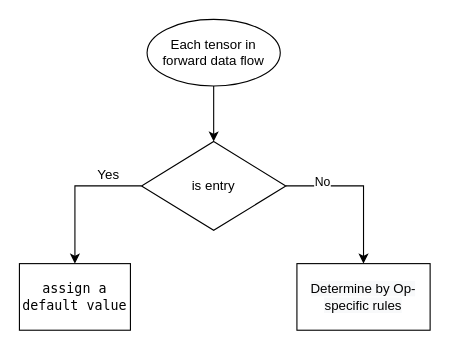
Superjomn/_tmp_images keeps this draw.io diagram as triton-alignment.drawio. Above is the earlier version. Source tidied: cells renumbered, new cells numbered last; positions are measured from the earlier drawing's top-left corner, leaving out a move shared by most shapes. Both pictures are drawn from the tidied source at 111%, with x=0, y=0 at pixel (19, 19).
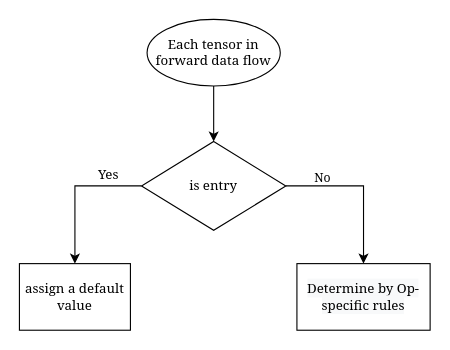
After the change.

Diff of the diagram source:
```diff
@@
 <mxGraphModel>
   <root>
     <mxCell id="0" />
     <mxCell id="1" parent="0" />
-    <mxCell id="2" style="edgeStyle=orthogonalEdgeStyle;rounded=0;jettySize=auto;html=1;exitX=0;exitY=0.5;exitDx=0;exitDy=0;entryX=0.5;entryY=0;entryDx=0;entryDy=0;fontColor=#000000;" parent="1" edge="1" source="5" target="6">
+    <mxCell id="2" style="edgeStyle=orthogonalEdgeStyle;rounded=0;jettySize=auto;html=1;exitX=0;exitY=0.5;exitDx=0;exitDy=0;entryX=0.5;entryY=0;entryDx=0;entryDy=0;fontColor=#000000;fontFamily=Georgia;" parent="1" edge="1" source="5" target="6">
       <mxGeometry relative="1" as="geometry" />
     </mxCell>
-    <mxCell id="3" style="edgeStyle=orthogonalEdgeStyle;rounded=0;jettySize=auto;html=1;exitX=1;exitY=0.5;exitDx=0;exitDy=0;entryX=0.5;entryY=0;entryDx=0;entryDy=0;fontColor=#000000;" parent="1" edge="1" source="5" target="7">
+    <mxCell id="3" style="edgeStyle=orthogonalEdgeStyle;rounded=0;jettySize=auto;html=1;exitX=1;exitY=0.5;exitDx=0;exitDy=0;entryX=0.5;entryY=0;entryDx=0;entryDy=0;fontColor=#000000;fontFamily=Georgia;" parent="1" edge="1" source="5" target="7">
       <mxGeometry relative="1" as="geometry" />
     </mxCell>
-    <mxCell id="4" value="No" style="edgeLabel;html=1;align=center;verticalAlign=middle;fontColor=#000000;" parent="3" vertex="1">
-      <mxGeometry x="-0.54" y="4" relative="1" as="geometry" />
+    <mxCell id="4" value="No" style="edgeLabel;html=1;align=center;verticalAlign=middle;fontColor=#000000;fontFamily=Georgia;" parent="3" vertex="1">
+      <mxGeometry x="-0.54" y="4" relative="1" as="geometry">
+        <mxPoint y="-5" as="offset" />
+      </mxGeometry>
     </mxCell>
-    <mxCell id="5" value="is entry" style="rhombus;whiteSpace=wrap;html=1;" parent="1" vertex="1">
+    <mxCell id="5" value="is entry" style="rhombus;whiteSpace=wrap;html=1;fontFamily=Georgia;" parent="1" vertex="1">
       <mxGeometry x="110" y="110" width="130" height="80" as="geometry" />
     </mxCell>
-    <mxCell id="6" value="&lt;div style=&quot;&quot;&gt;&lt;font face=&quot;ui-monospace, SFMono-Regular, SF Mono, Menlo, Consolas, Liberation Mono, monospace&quot;&gt;&lt;span style=&quot;background-color: rgb(255, 255, 255);&quot;&gt;assign a default value&lt;/span&gt;&lt;/font&gt;&lt;/div&gt;" style="rounded=0;whiteSpace=wrap;html=1;strokeColor=#000000;fontColor=#000000;align=center;" parent="1" vertex="1">
+    <mxCell id="6" value="&lt;div style=&quot;&quot;&gt;&lt;font&gt;&lt;span style=&quot;background-color: rgb(255, 255, 255);&quot;&gt;assign a default value&lt;/span&gt;&lt;/font&gt;&lt;/div&gt;" style="rounded=0;whiteSpace=wrap;html=1;strokeColor=#000000;fontColor=#000000;align=center;fontFamily=Georgia;" parent="1" vertex="1">
       <mxGeometry y="220" width="100" height="60" as="geometry" />
     </mxCell>
-    <mxCell id="7" value="&lt;span style=&quot;color: rgb(0, 0, 0); font-family: Helvetica; font-size: 12px; font-style: normal; font-variant-ligatures: normal; font-variant-caps: normal; font-weight: 400; letter-spacing: normal; orphans: 2; text-align: center; text-indent: 0px; text-transform: none; widows: 2; word-spacing: 0px; -webkit-text-stroke-width: 0px; background-color: rgb(248, 249, 250); text-decoration-thickness: initial; text-decoration-style: initial; text-decoration-color: initial; float: none; display: inline !important;&quot;&gt;Determine by Op-specific rules&lt;/span&gt;" style="rounded=0;whiteSpace=wrap;html=1;" parent="1" vertex="1">
+    <mxCell id="7" value="&lt;span style=&quot;color: rgb(0, 0, 0); font-size: 12px; font-style: normal; font-variant-ligatures: normal; font-variant-caps: normal; font-weight: 400; letter-spacing: normal; orphans: 2; text-align: center; text-indent: 0px; text-transform: none; widows: 2; word-spacing: 0px; -webkit-text-stroke-width: 0px; background-color: rgb(248, 249, 250); text-decoration-thickness: initial; text-decoration-style: initial; text-decoration-color: initial; float: none; display: inline !important;&quot;&gt;Determine by Op-specific rules&lt;/span&gt;" style="rounded=0;whiteSpace=wrap;html=1;fontFamily=Georgia;" parent="1" vertex="1">
       <mxGeometry x="250" y="220" width="120" height="60" as="geometry" />
     </mxCell>
-    <mxCell id="8" value="Yes" style="text;html=1;align=center;verticalAlign=middle;strokeColor=none;fillColor=none;fontColor=#000000;" parent="1" vertex="1">
+    <mxCell id="8" value="Yes" style="text;html=1;align=center;verticalAlign=middle;strokeColor=none;fillColor=none;fontColor=#000000;fontFamily=Georgia;" parent="1" vertex="1">
       <mxGeometry x="60" y="125" width="40" height="30" as="geometry" />
     </mxCell>
-    <mxCell id="9" style="edgeStyle=orthogonalEdgeStyle;rounded=0;jettySize=auto;html=1;fontColor=#000000;" parent="1" edge="1" source="10" target="5">
+    <mxCell id="9" style="edgeStyle=orthogonalEdgeStyle;rounded=0;jettySize=auto;html=1;fontColor=#000000;fontFamily=Georgia;" parent="1" edge="1" source="10" target="5">
       <mxGeometry relative="1" as="geometry" />
     </mxCell>
-    <mxCell id="10" value="Each tensor in forward data flow" style="ellipse;whiteSpace=wrap;html=1;strokeColor=#000000;fontColor=#000000;" parent="1" vertex="1">
+    <mxCell id="10" value="Each tensor in forward data flow" style="ellipse;whiteSpace=wrap;html=1;strokeColor=#000000;fontColor=#000000;fontFamily=Georgia;" parent="1" vertex="1">
       <mxGeometry x="115" width="120" height="60" as="geometry" />
     </mxCell>
   </root>
 </mxGraphModel>
```
